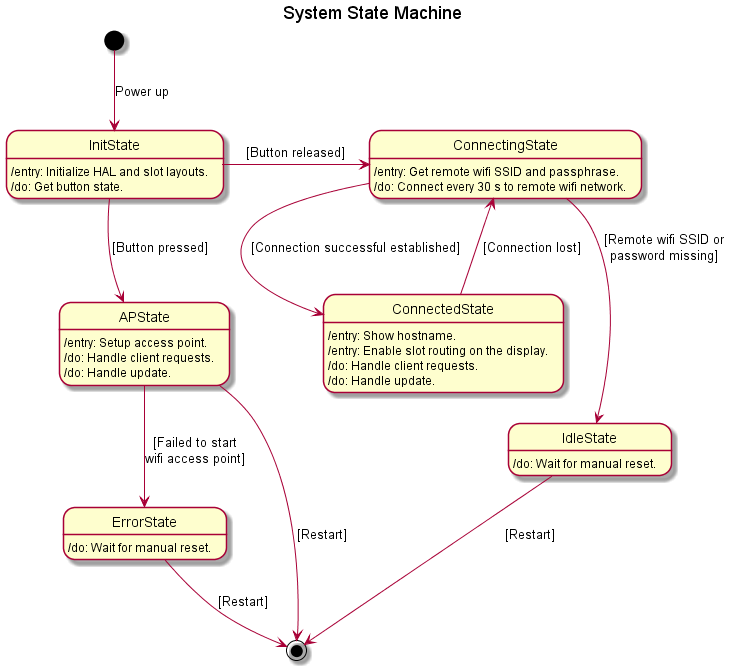
Earlier version of the PlantUML export doc/design/system_state_machine.png (BlueAndi/Pixelix). The source it was exported from:
```plantuml
@startuml

title System State Machine

InitState: /entry: Initialize HAL and slot layouts.
InitState: /do: Get button state.

APState: /entry: Setup access point.
APState: /do: Handle client requests.
APState: /do: Handle update.

IdleState: /do: Wait for manual reset.

ConnectingState: /entry: Get remote wifi SSID and passphrase.
ConnectingState: /do: Connect every 30 s to remote wifi network.

ConnectedState: /entry: Show hostname.
ConnectedState: /entry: Enable slot routing on the display.
ConnectedState: /do: Handle client requests.
ConnectedState: /do: Handle update.

ErrorState: /do: Wait for manual reset.

[*] --> InitState: Power up
InitState --> APState: [Button pressed]
InitState -> ConnectingState: [Button released]
APState --> [*]: [Restart]
APState --> ErrorState: [Failed to start\nwifi access point]
ConnectingState --> IdleState: [Remote wifi SSID or\npassword missing]
ConnectingState --> ConnectedState: [Connection successful established]
ConnectedState --> ConnectingState: [Connection lost]
ErrorState --> [*]: [Restart]
IdleState --> [*]: [Restart]

@enduml
```
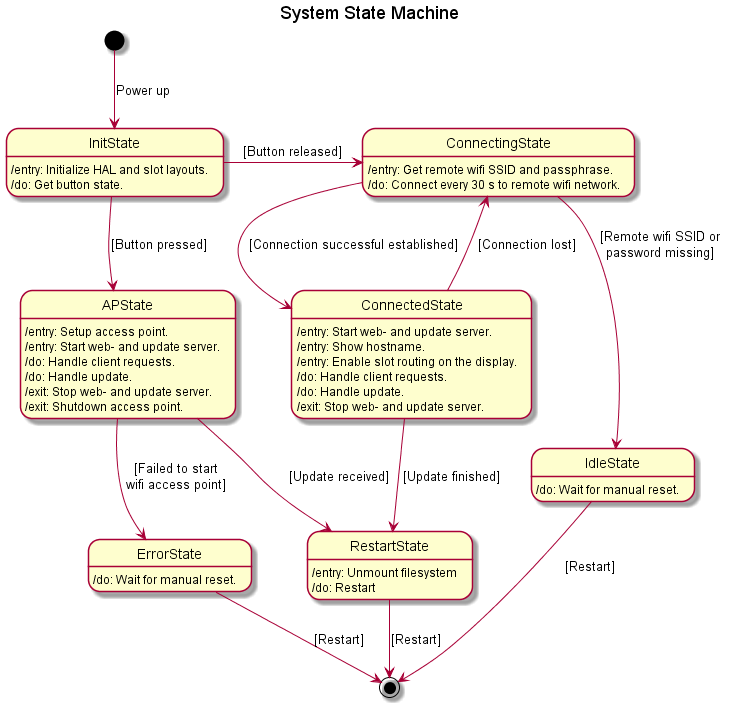
The same diagram one commit later.

Change to the diagram source:
```diff
@@ -6,30 +6,40 @@
 InitState: /do: Get button state.
 
 APState: /entry: Setup access point.
+APState: /entry: Start web- and update server.
 APState: /do: Handle client requests.
 APState: /do: Handle update.
+APState: /exit: Stop web- and update server.
+APState: /exit: Shutdown access point.
 
 IdleState: /do: Wait for manual reset.
 
 ConnectingState: /entry: Get remote wifi SSID and passphrase.
 ConnectingState: /do: Connect every 30 s to remote wifi network.
 
+ConnectedState: /entry: Start web- and update server.
 ConnectedState: /entry: Show hostname.
 ConnectedState: /entry: Enable slot routing on the display.
 ConnectedState: /do: Handle client requests.
 ConnectedState: /do: Handle update.
+ConnectedState: /exit: Stop web- and update server.
 
 ErrorState: /do: Wait for manual reset.
+
+RestartState: /entry: Unmount filesystem
+RestartState: /do: Restart
 
 [*] --> InitState: Power up
 InitState --> APState: [Button pressed]
 InitState -> ConnectingState: [Button released]
-APState --> [*]: [Restart]
 APState --> ErrorState: [Failed to start\nwifi access point]
+APState --> RestartState: [Update received]
 ConnectingState --> IdleState: [Remote wifi SSID or\npassword missing]
 ConnectingState --> ConnectedState: [Connection successful established]
 ConnectedState --> ConnectingState: [Connection lost]
+ConnectedState --> RestartState: [Update finished]
 ErrorState --> [*]: [Restart]
 IdleState --> [*]: [Restart]
+RestartState --> [*]: [Restart]
 
 @enduml
```
